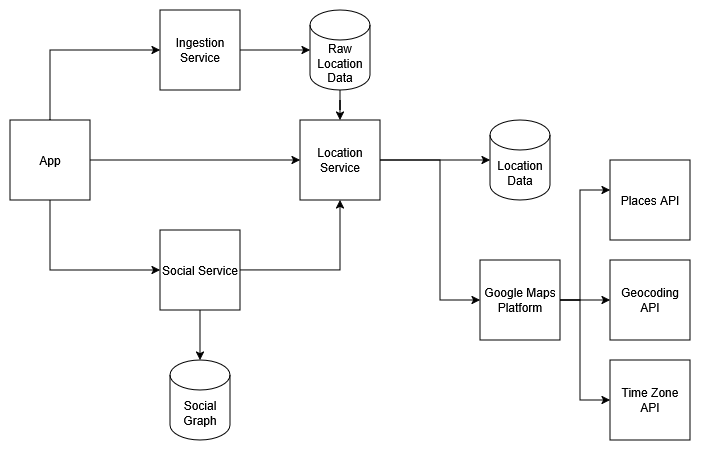
Before: architecture.png, a diagram exported from draw.io (DewaldDeJager/location-sharing-app). Source tidied: cells renumbered, new cells last; positions are measured from the earlier drawing's top-left corner, leaving out a move shared by most shapes.
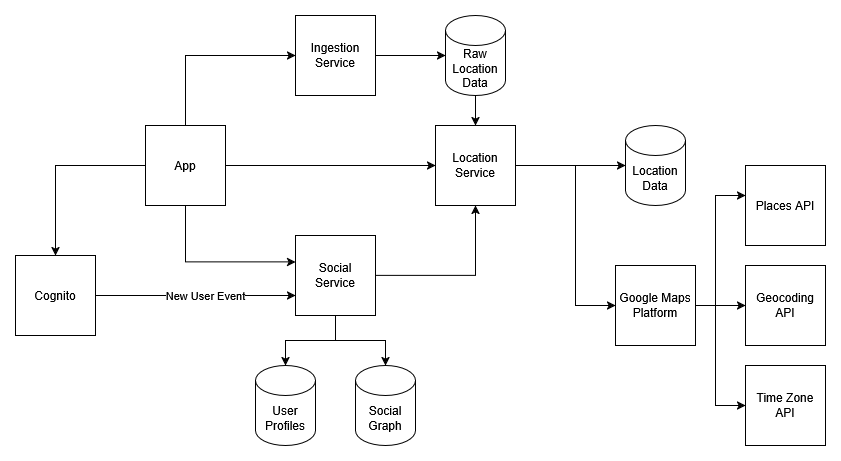
The same file after the commit.

Commit message:
Add a UserProfile table and wire up to Cognito to auto-populate user info

Change to the diagram source:
```diff
@@ -13,9 +13,12 @@
     <mxCell id="3" style="edgeStyle=orthogonalEdgeStyle;rounded=0;jettySize=auto;html=1;entryX=0;entryY=0.5;entryDx=0;entryDy=0;" parent="1" edge="1" source="5" target="15">
       <mxGeometry relative="1" as="geometry" />
     </mxCell>
-    <mxCell id="4" style="edgeStyle=orthogonalEdgeStyle;rounded=0;jettySize=auto;html=1;entryX=0;entryY=0.5;entryDx=0;entryDy=0;exitX=0.5;exitY=1;exitDx=0;exitDy=0;" parent="1" edge="1" source="5" target="8">
+    <mxCell id="4" style="edgeStyle=orthogonalEdgeStyle;rounded=0;jettySize=auto;html=1;entryX=0.003;entryY=0.33;entryDx=0;entryDy=0;exitX=0.5;exitY=1;exitDx=0;exitDy=0;entryPerimeter=0;" parent="1" edge="1" source="5" target="8">
       <mxGeometry relative="1" as="geometry" />
     </mxCell>
+    <mxCell id="25" style="edgeStyle=orthogonalEdgeStyle;rounded=0;jettySize=auto;html=1;" parent="1" edge="1" source="5" target="28">
+      <mxGeometry relative="1" as="geometry" />
+    </mxCell>
     <mxCell id="5" value="App" style="whiteSpace=wrap;html=1;" parent="1" vertex="1">
       <mxGeometry y="110" width="80" height="80" as="geometry" />
     </mxCell>
@@ -25,11 +28,14 @@
     <mxCell id="7" style="edgeStyle=orthogonalEdgeStyle;rounded=0;jettySize=auto;html=1;" parent="1" edge="1" source="8" target="15">
       <mxGeometry relative="1" as="geometry" />
     </mxCell>
+    <mxCell id="26" style="edgeStyle=orthogonalEdgeStyle;rounded=0;jettySize=auto;html=1;" parent="1" edge="1" source="8" target="27">
+      <mxGeometry relative="1" as="geometry" />
+    </mxCell>
-    <mxCell id="8" value="Social Service" style="whiteSpace=wrap;html=1;" parent="1" vertex="1">
+    <mxCell id="8" value="&lt;div&gt;Social&lt;/div&gt;&lt;div&gt;Service&lt;/div&gt;" style="whiteSpace=wrap;html=1;" parent="1" vertex="1">
       <mxGeometry x="150" y="220" width="80" height="80" as="geometry" />
     </mxCell>
     <mxCell id="9" value="Social Graph" style="shape=cylinder3;whiteSpace=wrap;html=1;boundedLbl=1;backgroundOutline=1;size=15;" parent="1" vertex="1">
-      <mxGeometry x="160" y="350" width="60" height="80" as="geometry" />
+      <mxGeometry x="210" y="350" width="60" height="80" as="geometry" />
     </mxCell>
     <mxCell id="10" style="edgeStyle=orthogonalEdgeStyle;rounded=0;jettySize=auto;html=1;entryX=0.5;entryY=0;entryDx=0;entryDy=0;entryPerimeter=0;" parent="1" edge="1" source="8" target="9">
       <mxGeometry relative="1" as="geometry" />
@@ -96,5 +102,19 @@
     <mxCell id="24" value="Time Zone API" style="whiteSpace=wrap;html=1;" parent="1" vertex="1">
       <mxGeometry x="600" y="350" width="80" height="80" as="geometry" />
     </mxCell>
+    <mxCell id="27" value="&lt;div&gt;User&lt;/div&gt;&lt;div&gt;Profiles&lt;/div&gt;" style="shape=cylinder3;whiteSpace=wrap;html=1;boundedLbl=1;backgroundOutline=1;size=15;" parent="1" vertex="1">
+      <mxGeometry x="110" y="350" width="60" height="80" as="geometry" />
+    </mxCell>
+    <mxCell id="28" value="Cognito" style="whiteSpace=wrap;html=1;" parent="1" vertex="1">
+      <mxGeometry x="-130" y="240" width="80" height="80" as="geometry" />
+    </mxCell>
+    <mxCell id="29" style="edgeStyle=orthogonalEdgeStyle;rounded=0;jettySize=auto;html=1;entryX=0;entryY=0.75;entryDx=0;entryDy=0;" parent="1" edge="1" source="28" target="8">
+      <mxGeometry relative="1" as="geometry" />
+    </mxCell>
+    <mxCell id="30" value="New User Event" style="edgeLabel;html=1;align=center;verticalAlign=middle;" parent="29" vertex="1">
+      <mxGeometry x="0.64" y="-1" relative="1" as="geometry">
+        <mxPoint x="-54" y="-1" as="offset" />
+      </mxGeometry>
+    </mxCell>
   </root>
 </mxGraphModel>
```
